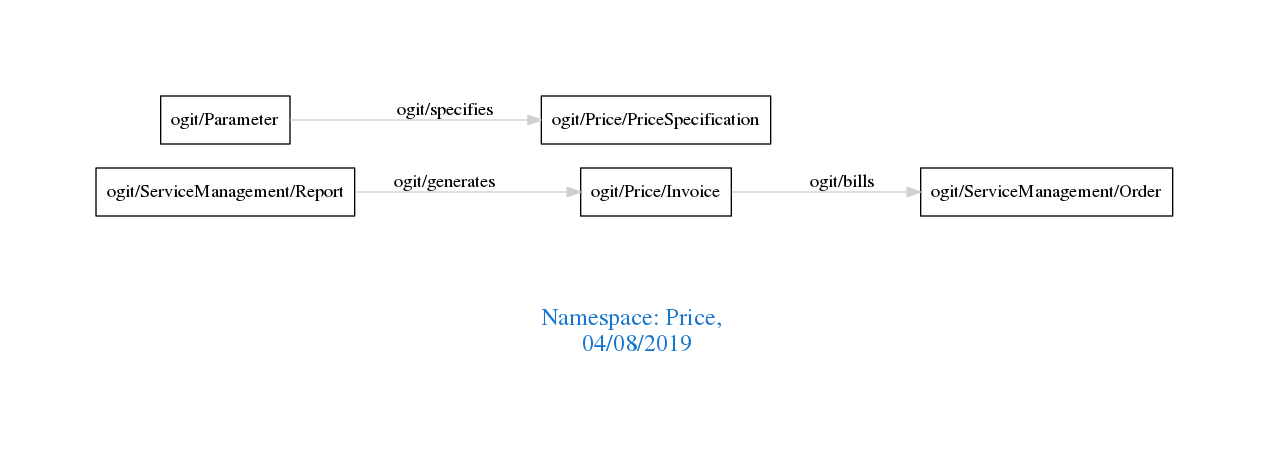
arago/OGIT keeps this Graphviz diagram as downloads/Price.png. Above is the earlier version. Its source is kept beside it as downloads/Price.dot.
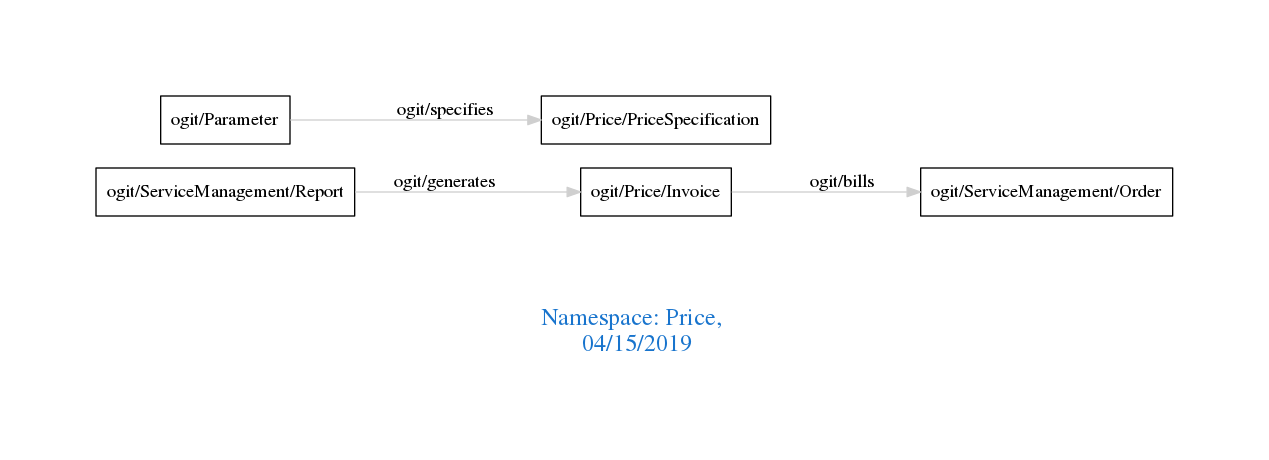
Later version of the same file.

Diff of the diagram source:
```diff
@@ -1,7 +1,7 @@
 digraph OGIT_ontology {
  graph [ rankdir= LR,pad=1
 fontsize = 18,
-fontcolor= dodgerblue3,label = "\n\n\nNamespace: Price, \n 04/08/2019"];
+fontcolor= dodgerblue3,label = "\n\n\nNamespace: Price, \n 04/15/2019"];
 node[shape=polygon];
 edge [  color="gray81"];
 
```
